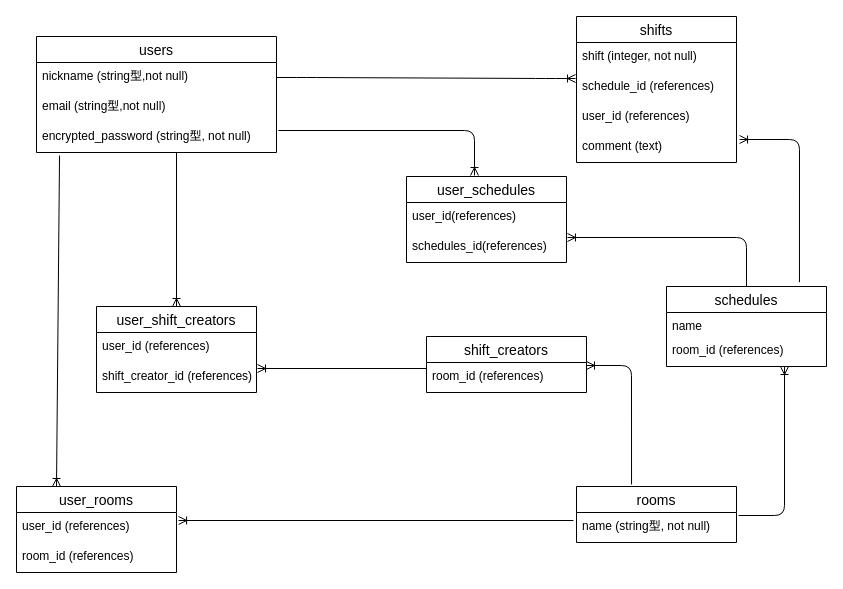
The draw.io diagram shift_system.dio in DanInamori/shift_system, before the edit. Source tidied: cells renumbered, new cells numbered last; positions are measured from the earlier drawing's top-left corner, leaving out a move shared by most shapes. Both pictures are drawn from the tidied source at 100%, with x=0, y=0 at pixel (16, 16).
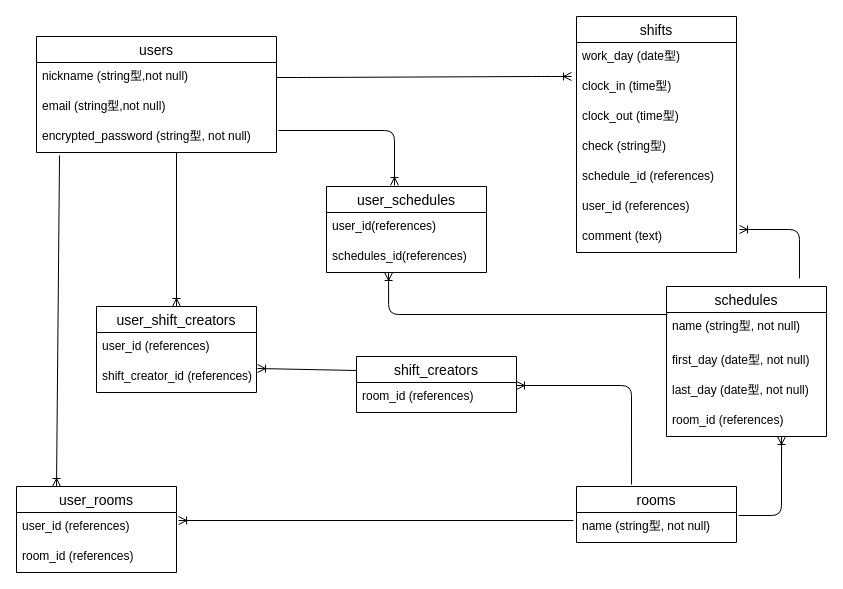
The same diagram, later.

Unchanged cells that the change refers to:
```xml
<mxCell id="3" value="nickname (string型,not null)" style="text;strokeColor=none;fillColor=none;spacingLeft=4;spacingRight=4;overflow=hidden;points=[[0,0.5],[1,0.5]];portConstraint=eastwest;fontSize=12;" parent="2" vertex="1">
  <mxGeometry y="26" width="240" height="30" as="geometry" />
</mxCell>
<mxCell id="7" value="name (string型, not null)" style="text;strokeColor=none;fillColor=none;spacingLeft=4;spacingRight=4;overflow=hidden;points=[[0,0.5],[1,0.5]];portConstraint=eastwest;fontSize=12;" parent="6" vertex="1">
  <mxGeometry y="26" width="160" height="30" as="geometry" />
</mxCell>
<mxCell id="24" value="user_id(references)" style="text;strokeColor=none;fillColor=none;spacingLeft=4;spacingRight=4;overflow=hidden;points=[[0,0.5],[1,0.5]];portConstraint=eastwest;fontSize=12;" parent="23" vertex="1">
  <mxGeometry y="26" width="160" height="30" as="geometry" />
</mxCell>
<mxCell id="25" value="schedules_id(references)" style="text;strokeColor=none;fillColor=none;spacingLeft=4;spacingRight=4;overflow=hidden;points=[[0,0.5],[1,0.5]];portConstraint=eastwest;fontSize=12;" parent="23" vertex="1">
  <mxGeometry y="56" width="160" height="30" as="geometry" />
</mxCell>
<mxCell id="30" value="room_id (references)" style="text;strokeColor=none;fillColor=none;spacingLeft=4;spacingRight=4;overflow=hidden;points=[[0,0.5],[1,0.5]];portConstraint=eastwest;fontSize=12;" parent="29" vertex="1">
  <mxGeometry y="26" width="160" height="30" as="geometry" />
</mxCell>
```

What changed in the source:
```diff
@@
     <mxCell id="13" value="shifts" style="swimlane;fontStyle=0;horizontal=1;startSize=26;align=center;fontSize=14;" parent="1" vertex="1">
-      <mxGeometry x="560" width="160" height="146" as="geometry" />
+      <mxGeometry x="560" width="160" height="236" as="geometry" />
     </mxCell>
-    <mxCell id="14" value="shift (integer, not null)" style="text;strokeColor=none;fillColor=none;spacingLeft=4;spacingRight=4;overflow=hidden;fontSize=12;" parent="13" vertex="1">
+    <mxCell id="14" value="work_day (date型)" style="text;strokeColor=none;fillColor=none;spacingLeft=4;spacingRight=4;overflow=hidden;fontSize=12;" parent="13" vertex="1">
       <mxGeometry y="26" width="160" height="30" as="geometry" />
     </mxCell>
+    <mxCell id="37" value="clock_in (time型)" style="text;strokeColor=none;fillColor=none;spacingLeft=4;spacingRight=4;overflow=hidden;points=[[0,0.5],[1,0.5]];portConstraint=eastwest;fontSize=12;" parent="13" vertex="1">
+      <mxGeometry y="56" width="160" height="30" as="geometry" />
+    </mxCell>
+    <mxCell id="38" value="clock_out (time型)" style="text;strokeColor=none;fillColor=none;spacingLeft=4;spacingRight=4;overflow=hidden;fontSize=12;" parent="13" vertex="1">
+      <mxGeometry y="86" width="160" height="30" as="geometry" />
+    </mxCell>
+    <mxCell id="39" value="check (string型)" style="text;strokeColor=none;fillColor=none;spacingLeft=4;spacingRight=4;overflow=hidden;fontSize=12;" parent="13" vertex="1">
+      <mxGeometry y="116" width="160" height="30" as="geometry" />
+    </mxCell>
     <mxCell id="15" value="schedule_id (references)" style="text;strokeColor=none;fillColor=none;spacingLeft=4;spacingRight=4;overflow=hidden;points=[[0,0.5],[1,0.5]];portConstraint=eastwest;fontSize=12;" parent="13" vertex="1">
-      <mxGeometry y="56" width="160" height="30" as="geometry" />
+      <mxGeometry y="146" width="160" height="30" as="geometry" />
     </mxCell>
     <mxCell id="16" value="user_id (references)" style="text;strokeColor=none;fillColor=none;spacingLeft=4;spacingRight=4;overflow=hidden;fontSize=12;" parent="13" vertex="1">
-      <mxGeometry y="86" width="160" height="30" as="geometry" />
+      <mxGeometry y="176" width="160" height="30" as="geometry" />
     </mxCell>
     <mxCell id="17" value="comment (text)" style="text;strokeColor=none;fillColor=none;spacingLeft=4;spacingRight=4;overflow=hidden;points=[[0,0.5],[1,0.5]];portConstraint=eastwest;fontSize=12;" parent="13" vertex="1">
-      <mxGeometry y="116" width="160" height="30" as="geometry" />
+      <mxGeometry y="206" width="160" height="30" as="geometry" />
     </mxCell>
-    <mxCell id="18" style="edgeStyle=entityRelationEdgeStyle;fontSize=12;html=1;endArrow=ERoneToMany;exitX=1;exitY=0.5;exitDx=0;exitDy=0;entryX=-0.006;entryY=0.2;entryDx=0;entryDy=0;entryPerimeter=0;" parent="1" edge="1" source="3" target="15">
+    <mxCell id="18" style="edgeStyle=entityRelationEdgeStyle;fontSize=12;html=1;endArrow=ERoneToMany;exitX=1;exitY=0.5;exitDx=0;exitDy=0;entryX=-0.031;entryY=0.133;entryDx=0;entryDy=0;entryPerimeter=0;" parent="1" edge="1" source="3" target="37">
       <mxGeometry relative="1" as="geometry" />
     </mxCell>
-    <mxCell id="19" style="fontSize=12;html=1;endArrow=ERoneToMany;exitX=1.013;exitY=0.1;exitDx=0;exitDy=0;exitPerimeter=0;edgeStyle=orthogonalEdgeStyle;" parent="1" edge="1" source="7">
-      <mxGeometry relative="1" as="geometry">
-        <mxPoint x="768" y="350" as="targetPoint" />
-        <Array as="points">
-          <mxPoint x="768" y="499" />
-        </Array>
-      </mxGeometry>
+    <mxCell id="19" style="fontSize=12;html=1;endArrow=ERoneToMany;exitX=1.013;exitY=0.1;exitDx=0;exitDy=0;exitPerimeter=0;entryX=0.719;entryY=1;entryDx=0;entryDy=0;entryPerimeter=0;edgeStyle=orthogonalEdgeStyle;" parent="1" edge="1" source="7" target="41">
+      <mxGeometry relative="1" as="geometry" />
     </mxCell>
     <mxCell id="20" value="schedules" style="swimlane;fontStyle=0;horizontal=1;startSize=26;align=center;fontSize=14;" parent="1" vertex="1">
-      <mxGeometry x="650" y="270" width="160" height="80" as="geometry" />
+      <mxGeometry x="650" y="270" width="160" height="150" as="geometry" />
     </mxCell>
-    <mxCell id="21" value="name" style="text;strokeColor=none;fillColor=none;spacingLeft=4;spacingRight=4;overflow=hidden;points=[[0,0.5],[1,0.5]];portConstraint=eastwest;fontSize=12;" parent="20" vertex="1">
-      <mxGeometry y="26" width="160" height="24" as="geometry" />
+    <mxCell id="21" value="name (string型, not null)" style="text;strokeColor=none;fillColor=none;spacingLeft=4;spacingRight=4;overflow=hidden;points=[[0,0.5],[1,0.5]];portConstraint=eastwest;fontSize=12;" parent="20" vertex="1">
+      <mxGeometry y="26" width="160" height="34" as="geometry" />
     </mxCell>
+    <mxCell id="40" value="first_day (date型, not null) " style="text;strokeColor=none;fillColor=none;spacingLeft=4;spacingRight=4;overflow=hidden;fontSize=12;" parent="20" vertex="1">
+      <mxGeometry y="60" width="160" height="30" as="geometry" />
+    </mxCell>
-    <mxCell id="22" value="room_id (references)" style="text;strokeColor=none;fillColor=none;spacingLeft=4;spacingRight=4;overflow=hidden;fontSize=12;" parent="20" vertex="1">
-      <mxGeometry y="50" width="160" height="30" as="geometry" />
+    <mxCell id="22" value="last_day (date型, not null)" style="text;strokeColor=none;fillColor=none;spacingLeft=4;spacingRight=4;overflow=hidden;fontSize=12;" parent="20" vertex="1">
+      <mxGeometry y="90" width="160" height="30" as="geometry" />
     </mxCell>
+    <mxCell id="41" value="room_id (references)" style="text;strokeColor=none;fillColor=none;spacingLeft=4;spacingRight=4;overflow=hidden;points=[[0,0.5],[1,0.5]];portConstraint=eastwest;fontSize=12;" parent="20" vertex="1">
+      <mxGeometry y="120" width="160" height="30" as="geometry" />
+    </mxCell>
     <mxCell id="23" value="user_schedules" style="swimlane;fontStyle=0;horizontal=1;startSize=26;align=center;fontSize=14;" parent="1" vertex="1">
-      <mxGeometry x="390" y="160" width="160" height="86" as="geometry" />
+      <mxGeometry x="310" y="170" width="160" height="86" as="geometry" />
     </mxCell>
@@
-    <mxCell id="27" style="edgeStyle=orthogonalEdgeStyle;fontSize=12;html=1;endArrow=ERoneToMany;exitX=0.5;exitY=0;exitDx=0;exitDy=0;entryX=1.006;entryY=1.167;entryDx=0;entryDy=0;entryPerimeter=0;" parent="1" edge="1" source="20" target="24">
+    <mxCell id="27" style="fontSize=12;html=1;endArrow=ERoneToMany;exitX=0.006;exitY=0.059;exitDx=0;exitDy=0;exitPerimeter=0;edgeStyle=orthogonalEdgeStyle;entryX=0.388;entryY=1;entryDx=0;entryDy=0;entryPerimeter=0;" parent="1" edge="1" source="21" target="25">
       <mxGeometry relative="1" as="geometry" />
     </mxCell>
@@
     <mxCell id="29" value="shift_creators" style="swimlane;fontStyle=0;horizontal=1;startSize=26;align=center;fontSize=14;" parent="1" vertex="1">
-      <mxGeometry x="410" y="320" width="160" height="56" as="geometry" />
+      <mxGeometry x="340" y="340" width="160" height="56" as="geometry" />
     </mxCell>
@@
-    <mxCell id="36" style="fontSize=12;html=1;endArrow=ERoneToMany;exitX=0;exitY=0.2;exitDx=0;exitDy=0;exitPerimeter=0;entryX=1.006;entryY=-0.133;entryDx=0;entryDy=0;entryPerimeter=0;" parent="1" edge="1" source="30">
+    <mxCell id="36" style="fontSize=12;html=1;endArrow=ERoneToMany;exitX=0;exitY=0.25;exitDx=0;exitDy=0;entryX=1.006;entryY=-0.133;entryDx=0;entryDy=0;entryPerimeter=0;" parent="1" edge="1" source="29">
       <mxGeometry relative="1" as="geometry">
         <mxPoint x="241" y="352" as="targetPoint" />
       </mxGeometry>
     </mxCell>
```
